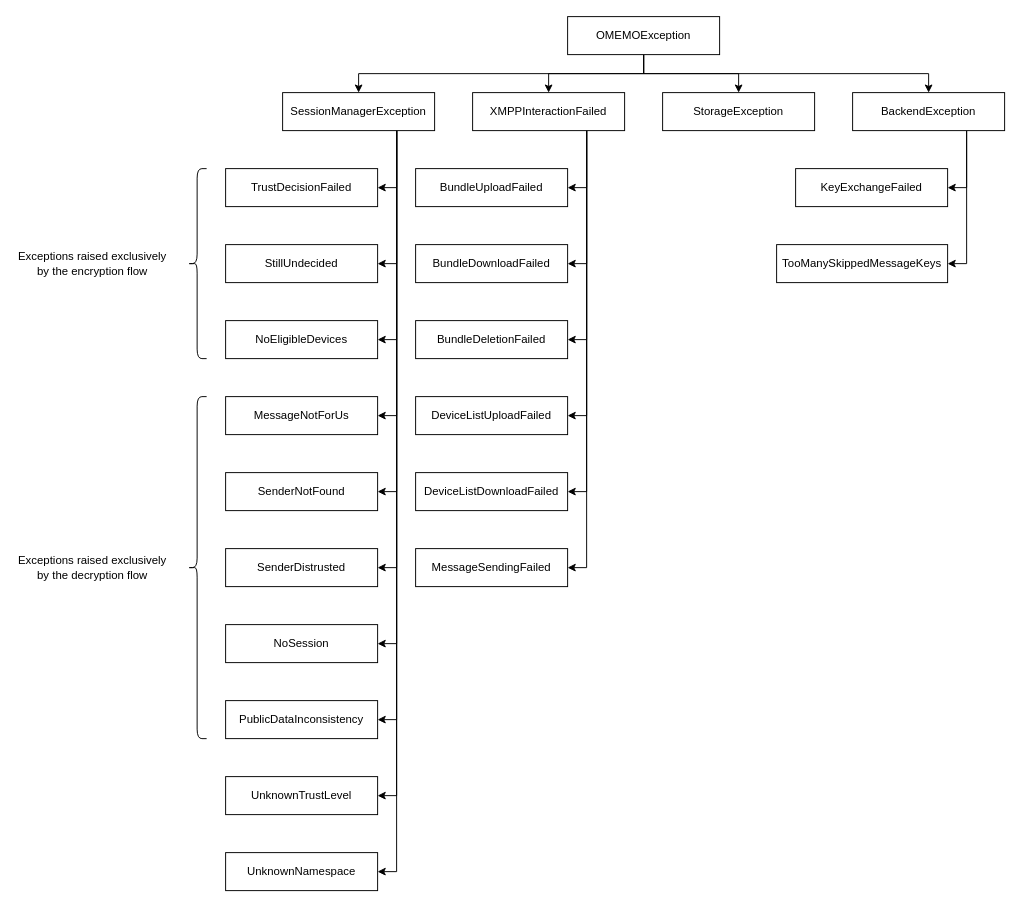
The draw.io diagram Exceptions.drawio in Syndace/python-omemo, before the edit. Source tidied: cells renumbered, new cells numbered last; positions are measured from the earlier drawing's top-left corner, leaving out a move shared by most shapes. Both pictures are drawn from the tidied source at 95%, with x=0, y=0 at pixel (16, 16).
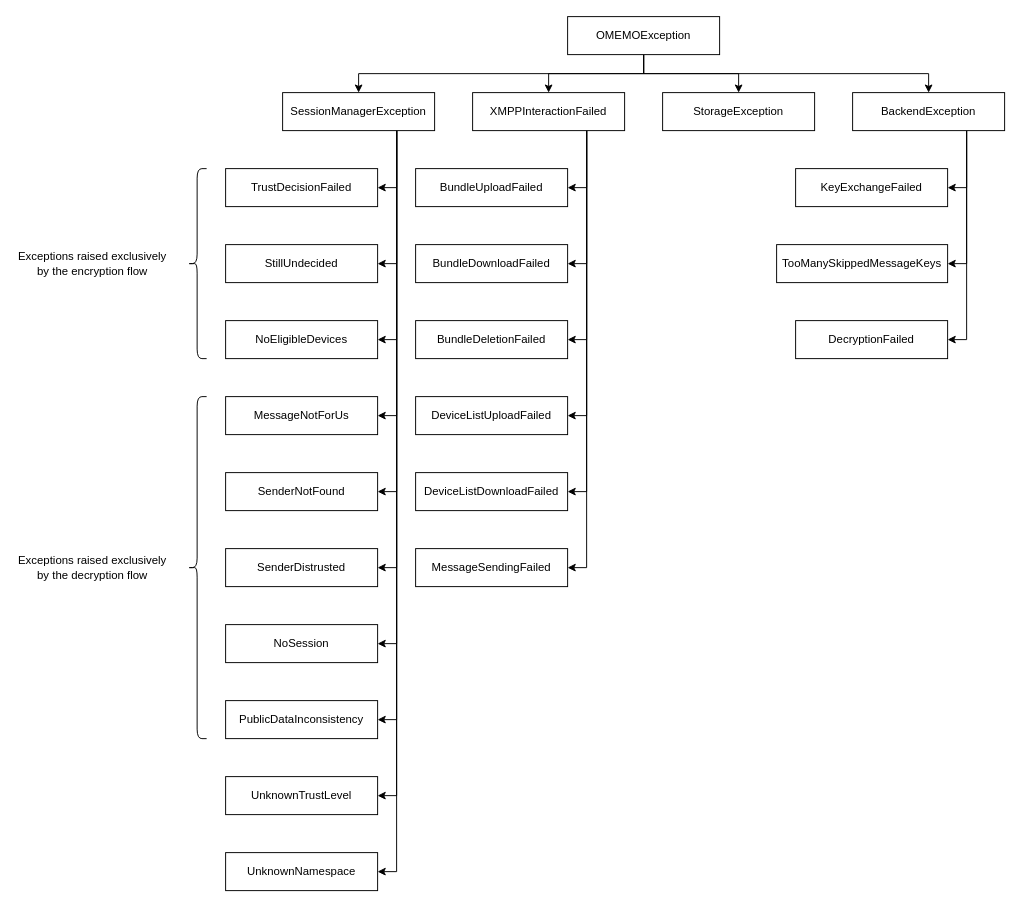
The same diagram, later.

Unchanged cells that the change refers to:
```xml
<mxCell id="28" value="BackendException" style="rounded=0;whiteSpace=wrap;html=1;" parent="1" vertex="1">
  <mxGeometry x="880" y="80" width="160" height="40" as="geometry" />
</mxCell>
```

The edit, as a diff of the source:
```diff
@@
+    <mxCell id="51" style="edgeStyle=orthogonalEdgeStyle;rounded=0;jettySize=auto;html=1;exitX=0.75;exitY=1;exitDx=0;exitDy=0;entryX=1;entryY=0.5;entryDx=0;entryDy=0;" parent="1" edge="1" source="28" target="52">
+      <mxGeometry relative="1" as="geometry" />
+    </mxCell>
@@
+    <mxCell id="52" value="DecryptionFailed" style="rounded=0;whiteSpace=wrap;html=1;" parent="1" vertex="1">
+      <mxGeometry x="820" y="320" width="160" height="40" as="geometry" />
+    </mxCell>
```
